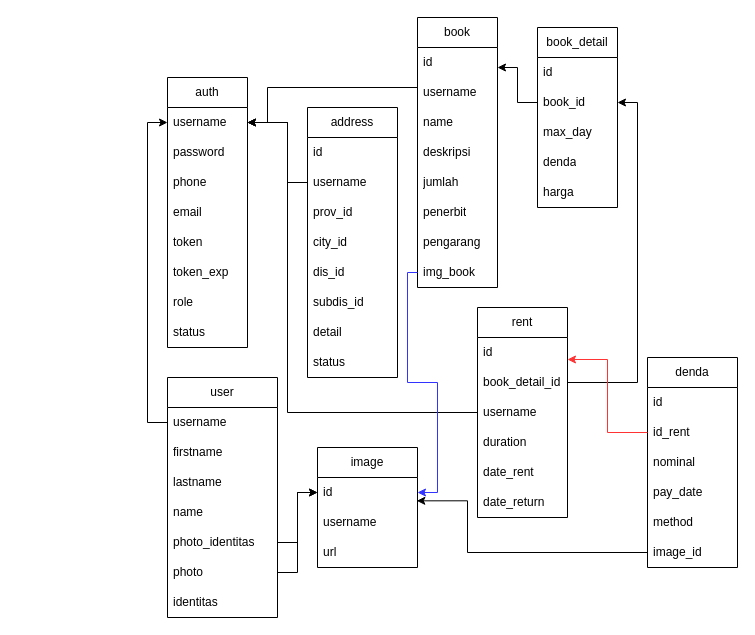
Earlier version of the draw.io diagram smilee.drawio (mratri10/smilee). Source tidied: cells renumbered, new cells numbered last; positions are measured from the earlier drawing's top-left corner, leaving out a move shared by most shapes. Both pictures are drawn from the tidied source at 100%, with x=0, y=0 at pixel (147, 17).
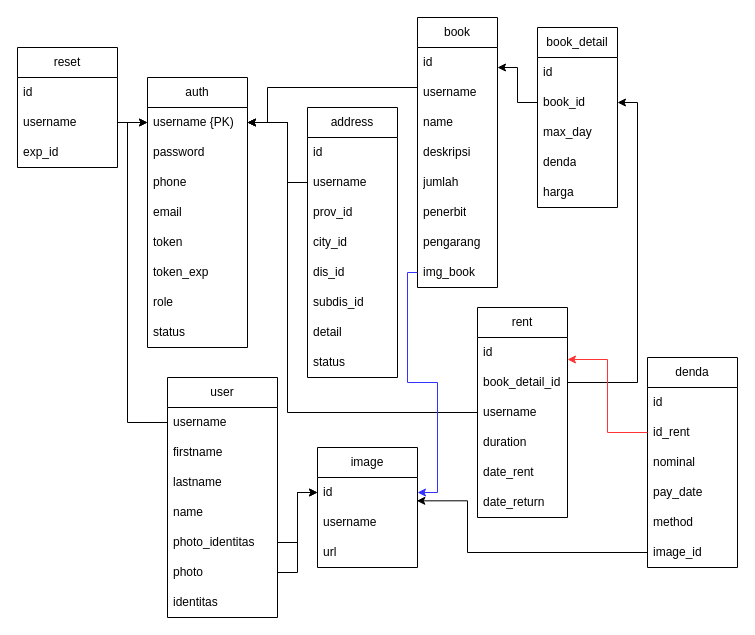
Above is the later version.

The change refers to these unchanged cells:
```xml
<mxCell id="12" value="username" style="text;strokeColor=none;fillColor=none;align=left;verticalAlign=middle;spacingLeft=4;spacingRight=4;overflow=hidden;points=[[0,0.5],[1,0.5]];portConstraint=eastwest;whiteSpace=wrap;html=1;" parent="11" vertex="1">
  <mxGeometry y="30" width="110" height="30" as="geometry" />
</mxCell>
```

The edit, as a diff of the source:
```diff
@@
     <mxCell id="2" value="auth" style="swimlane;fontStyle=0;horizontal=1;startSize=30;whiteSpace=wrap;html=1;" parent="1" vertex="1">
-      <mxGeometry x="20" y="60" width="80" height="270" as="geometry" />
+      <mxGeometry y="60" width="100" height="270" as="geometry" />
     </mxCell>
-    <mxCell id="3" value="username" style="text;strokeColor=none;fillColor=none;align=left;verticalAlign=middle;spacingLeft=4;spacingRight=4;overflow=hidden;points=[[0,0.5],[1,0.5]];portConstraint=eastwest;whiteSpace=wrap;html=1;" parent="2" vertex="1">
-      <mxGeometry y="30" width="80" height="30" as="geometry" />
+    <mxCell id="3" value="username {PK)" style="text;strokeColor=none;fillColor=none;align=left;verticalAlign=middle;spacingLeft=4;spacingRight=4;overflow=hidden;points=[[0,0.5],[1,0.5]];portConstraint=eastwest;whiteSpace=wrap;html=1;" parent="2" vertex="1">
+      <mxGeometry y="30" width="100" height="30" as="geometry" />
     </mxCell>
     <mxCell id="4" value="password" style="text;strokeColor=none;fillColor=none;align=left;verticalAlign=middle;spacingLeft=4;spacingRight=4;overflow=hidden;whiteSpace=wrap;html=1;" parent="2" vertex="1">
-      <mxGeometry y="60" width="80" height="30" as="geometry" />
+      <mxGeometry y="60" width="100" height="30" as="geometry" />
     </mxCell>
     <mxCell id="5" value="phone" style="text;strokeColor=none;fillColor=none;align=left;verticalAlign=middle;spacingLeft=4;spacingRight=4;overflow=hidden;whiteSpace=wrap;html=1;" parent="2" vertex="1">
-      <mxGeometry y="90" width="80" height="30" as="geometry" />
+      <mxGeometry y="90" width="100" height="30" as="geometry" />
     </mxCell>
     <mxCell id="6" value="email" style="text;strokeColor=none;fillColor=none;align=left;verticalAlign=middle;spacingLeft=4;spacingRight=4;overflow=hidden;whiteSpace=wrap;html=1;" parent="2" vertex="1">
-      <mxGeometry y="120" width="80" height="30" as="geometry" />
+      <mxGeometry y="120" width="100" height="30" as="geometry" />
     </mxCell>
     <mxCell id="7" value="token" style="text;strokeColor=none;fillColor=none;align=left;verticalAlign=middle;spacingLeft=4;spacingRight=4;overflow=hidden;whiteSpace=wrap;html=1;" parent="2" vertex="1">
-      <mxGeometry y="150" width="80" height="30" as="geometry" />
+      <mxGeometry y="150" width="100" height="30" as="geometry" />
     </mxCell>
     <mxCell id="8" value="token_exp" style="text;strokeColor=none;fillColor=none;align=left;verticalAlign=middle;spacingLeft=4;spacingRight=4;overflow=hidden;whiteSpace=wrap;html=1;" parent="2" vertex="1">
-      <mxGeometry y="180" width="80" height="30" as="geometry" />
+      <mxGeometry y="180" width="100" height="30" as="geometry" />
     </mxCell>
     <mxCell id="9" value="role" style="text;strokeColor=none;fillColor=none;align=left;verticalAlign=middle;spacingLeft=4;spacingRight=4;overflow=hidden;whiteSpace=wrap;html=1;" parent="2" vertex="1">
-      <mxGeometry y="210" width="80" height="30" as="geometry" />
+      <mxGeometry y="210" width="100" height="30" as="geometry" />
     </mxCell>
     <mxCell id="10" value="status" style="text;strokeColor=none;fillColor=none;align=left;verticalAlign=middle;spacingLeft=4;spacingRight=4;overflow=hidden;whiteSpace=wrap;html=1;" parent="2" vertex="1">
-      <mxGeometry y="240" width="80" height="30" as="geometry" />
+      <mxGeometry y="240" width="100" height="30" as="geometry" />
     </mxCell>
@@
     <mxCell id="71" style="edgeStyle=orthogonalEdgeStyle;rounded=0;jettySize=auto;html=1;exitX=0;exitY=0.5;exitDx=0;exitDy=0;" parent="1" edge="1" source="12" target="3">
       <mxGeometry relative="1" as="geometry">
         <Array as="points">
-          <mxPoint y="405" />
-          <mxPoint y="105" />
+          <mxPoint x="-20" y="405" />
+          <mxPoint x="-20" y="105" />
         </Array>
       </mxGeometry>
     </mxCell>
+    <mxCell id="72" value="reset" style="swimlane;fontStyle=0;horizontal=1;startSize=30;whiteSpace=wrap;html=1;" parent="1" vertex="1">
+      <mxGeometry x="-130" y="30" width="100" height="120" as="geometry" />
+    </mxCell>
+    <mxCell id="73" value="id" style="text;strokeColor=none;fillColor=none;align=left;verticalAlign=middle;spacingLeft=4;spacingRight=4;overflow=hidden;whiteSpace=wrap;html=1;" parent="72" vertex="1">
+      <mxGeometry y="30" width="100" height="30" as="geometry" />
+    </mxCell>
+    <mxCell id="74" value="username" style="text;strokeColor=none;fillColor=none;align=left;verticalAlign=middle;spacingLeft=4;spacingRight=4;overflow=hidden;points=[[0,0.5],[1,0.5]];portConstraint=eastwest;whiteSpace=wrap;html=1;" parent="72" vertex="1">
+      <mxGeometry y="60" width="100" height="30" as="geometry" />
+    </mxCell>
+    <mxCell id="75" value="exp_id" style="text;strokeColor=none;fillColor=none;align=left;verticalAlign=middle;spacingLeft=4;spacingRight=4;overflow=hidden;whiteSpace=wrap;html=1;" parent="72" vertex="1">
+      <mxGeometry y="90" width="100" height="30" as="geometry" />
+    </mxCell>
+    <mxCell id="76" style="edgeStyle=orthogonalEdgeStyle;rounded=0;jettySize=auto;html=1;exitX=1;exitY=0.5;exitDx=0;exitDy=0;entryX=0;entryY=0.5;entryDx=0;entryDy=0;" parent="1" edge="1" source="74" target="3">
+      <mxGeometry relative="1" as="geometry" />
+    </mxCell>
```
